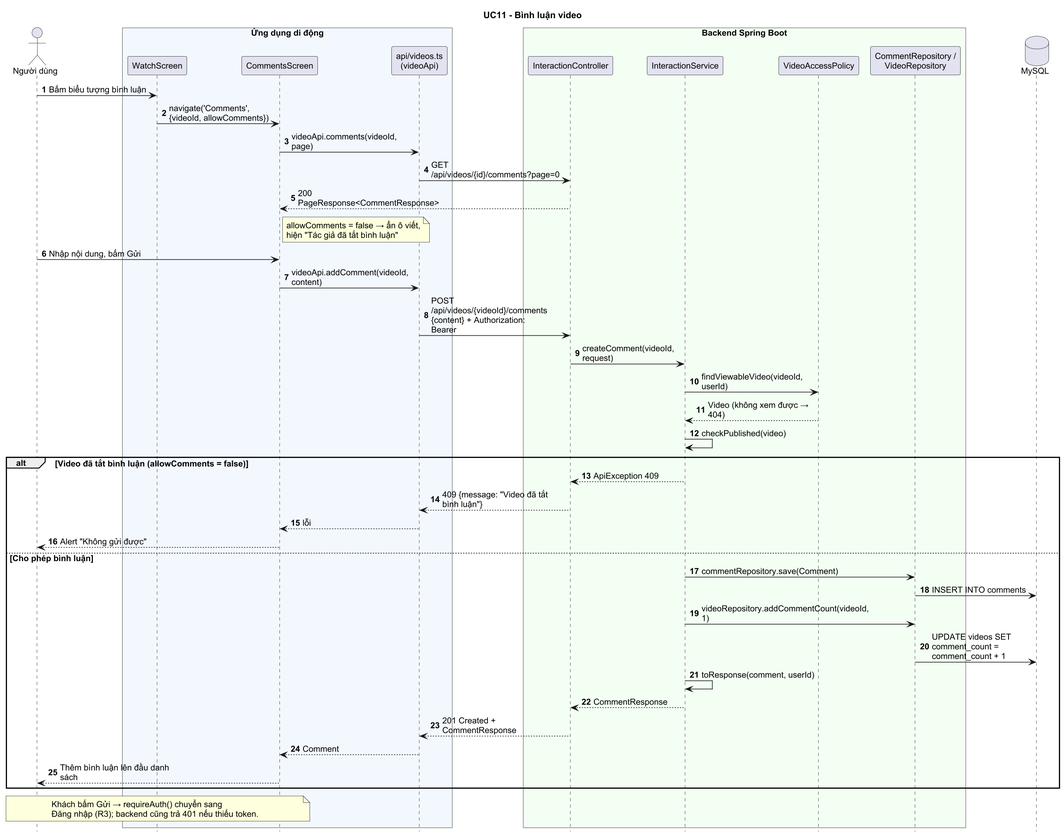
Before: docs/uml/seq_comment.png, a diagram exported from PlantUML (khanh2925/video-sharing-app).
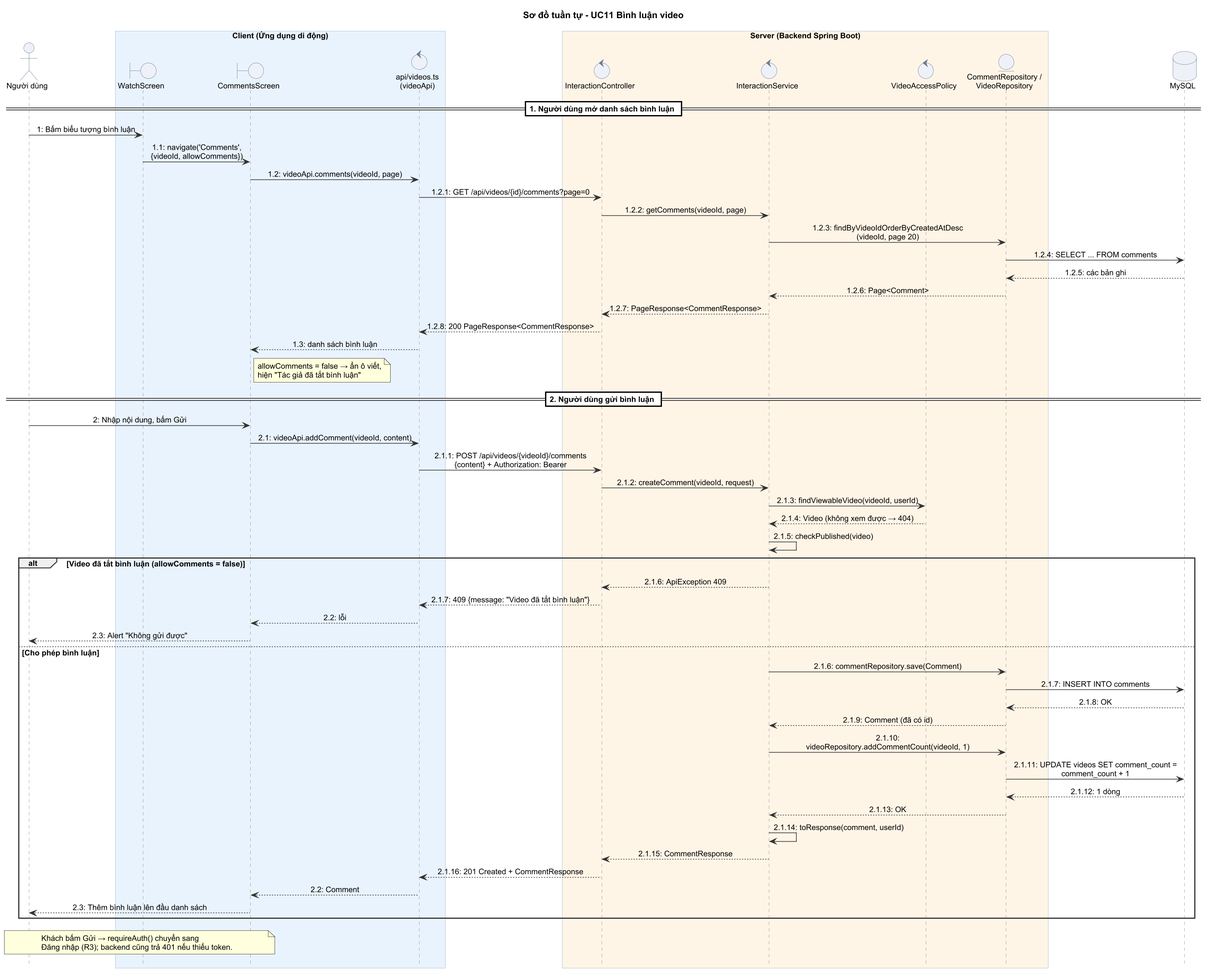
Above is the later version.

Commit message:
Tài liệu: vẽ lại 5 sơ đồ tuần tự cùng một kiểu

Change to the diagram source:
```diff
@@ -1,64 +1,98 @@
 @startuml seq_comment
 skinparam defaultFontName Arial
-skinparam defaultFontSize 13
+skinparam defaultFontSize 12
 skinparam dpi 150
 skinparam shadowing false
-skinparam sequenceMessageAlign left
-skinparam responseMessageBelowArrow true
-skinparam ParticipantPadding 4
-skinparam BoxPadding 4
-skinparam maxMessageSize 180
+skinparam sequenceMessageAlign center
+skinparam responseMessageBelowArrow false
+skinparam maxMessageSize 260
+skinparam BoxPadding 8
+skinparam ArrowColor #333333
+skinparam sequence {
+  LifeLineBorderColor #8A8A8A
+  ParticipantBackgroundColor #EEF1F8
+  ParticipantBorderColor #6B7A90
+  ActorBackgroundColor #EEF1F8
+  ActorBorderColor #6B7A90
+  BoxBorderColor #9DB4CF
+  DividerBackgroundColor #FFFFFF
+  GroupBorderColor #333333
+}
+skinparam BoundaryBackgroundColor #EEF1F8
+skinparam BoundaryBorderColor #6B7A90
+skinparam ControlBackgroundColor #EEF1F8
+skinparam ControlBorderColor #6B7A90
+skinparam EntityBackgroundColor #EEF1F8
+skinparam EntityBorderColor #6B7A90
+skinparam DatabaseBackgroundColor #EEF1F8
+skinparam DatabaseBorderColor #6B7A90
+skinparam QueueBackgroundColor #EEF1F8
+skinparam QueueBorderColor #6B7A90
+skinparam CollectionsBackgroundColor #EEF1F8
+skinparam CollectionsBorderColor #6B7A90
 hide footbox
-autonumber
-title UC11 - Bình luận video
+title Sơ đồ tuần tự - UC11 Bình luận video
 
 actor "Người dùng" as U
-box "Ứng dụng di động" #F3F8FF
-  participant "WatchScreen" as W
-  participant "CommentsScreen" as CS
-  participant "api/videos.ts\n(videoApi)" as API
+box "Client (Ứng dụng di động)" #E8F2FC
+  boundary "WatchScreen" as W
+  boundary "CommentsScreen" as CS
+  control "api/videos.ts\n(videoApi)" as API
 end box
-box "Backend Spring Boot" #F4FFF4
-  participant "InteractionController" as CTRL
-  participant "InteractionService" as SVC
-  participant "VideoAccessPolicy" as POL
-  participant "CommentRepository /\nVideoRepository" as REPO
+box "Server (Backend Spring Boot)" #FFF5E6
+  control "InteractionController" as CTRL
+  control "InteractionService" as SVC
+  control "VideoAccessPolicy" as POL
+  entity "CommentRepository /\nVideoRepository" as REPO
 end box
 database "MySQL" as DB
 
-U -> W : Bấm biểu tượng bình luận
-W -> CS : navigate('Comments',\n{videoId, allowComments})
-CS -> API : videoApi.comments(videoId, page)
-API -> CTRL : GET /api/videos/{id}/comments?page=0
-CTRL --> CS : 200 PageResponse<CommentResponse>
+== 1. Người dùng mở danh sách bình luận ==
+U -> W : 1: Bấm biểu tượng bình luận
+W -> CS : 1.1: navigate('Comments',\n{videoId, allowComments})
+CS -> API : 1.2: videoApi.comments(videoId, page)
+API -> CTRL : 1.2.1: GET /api/videos/{id}/comments?page=0
+CTRL -> SVC : 1.2.2: getComments(videoId, page)
+SVC -> REPO : 1.2.3: findByVideoIdOrderByCreatedAtDesc\n(videoId, page 20)
+REPO -> DB : 1.2.4: SELECT ... FROM comments
+DB --> REPO : 1.2.5: các bản ghi
+REPO --> SVC : 1.2.6: Page<Comment>
+SVC --> CTRL : 1.2.7: PageResponse<CommentResponse>
+CTRL --> API : 1.2.8: 200 PageResponse<CommentResponse>
+API --> CS : 1.3: danh sách bình luận
 note right of CS
   allowComments = false → ẩn ô viết,
   hiện "Tác giả đã tắt bình luận"
 end note
 
-U -> CS : Nhập nội dung, bấm Gửi
-CS -> API : videoApi.addComment(videoId, content)
-API -> CTRL : POST /api/videos/{videoId}/comments\n{content} + Authorization: Bearer
-CTRL -> SVC : createComment(videoId, request)
-SVC -> POL : findViewableVideo(videoId, userId)
-POL --> SVC : Video (không xem được → 404)
-SVC -> SVC : checkPublished(video)
+== 2. Người dùng gửi bình luận ==
+U -> CS : 2: Nhập nội dung, bấm Gửi
+CS -> API : 2.1: videoApi.addComment(videoId, content)
+API -> CTRL : 2.1.1: POST /api/videos/{videoId}/comments\n{content} + Authorization: Bearer
+CTRL -> SVC : 2.1.2: createComment(videoId, request)
+SVC -> POL : 2.1.3: findViewableVideo(videoId, userId)
+POL --> SVC : 2.1.4: Video (không xem được → 404)
+SVC -> SVC : 2.1.5: checkPublished(video)
 
 alt Video đã tắt bình luận (allowComments = false)
-  SVC --> CTRL : ApiException 409
-  CTRL --> API : 409 {message: "Video đã tắt bình luận"}
-  API --> CS : lỗi
-  CS --> U : Alert "Không gửi được"
+  SVC --> CTRL : 2.1.6: ApiException 409
+  CTRL --> API : 2.1.7: 409 {message: "Video đã tắt bình luận"}
+  API --> CS : 2.2: lỗi
+  CS --> U : 2.3: Alert "Không gửi được"
 else Cho phép bình luận
-  SVC -> REPO : commentRepository.save(Comment)
-  REPO -> DB : INSERT INTO comments
-  SVC -> REPO : videoRepository.addCommentCount(videoId, 1)
-  REPO -> DB : UPDATE videos SET comment_count = comment_count + 1
-  SVC -> SVC : toResponse(comment, userId)
-  SVC --> CTRL : CommentResponse
-  CTRL --> API : 201 Created + CommentResponse
-  API --> CS : Comment
-  CS --> U : Thêm bình luận lên đầu danh sách
+  SVC -> REPO : 2.1.6: commentRepository.save(Comment)
+  REPO -> DB : 2.1.7: INSERT INTO comments
+  DB --> REPO : 2.1.8: OK
+  REPO --> SVC : 2.1.9: Comment (đã có id)
+  SVC -> REPO : 2.1.10: videoRepository.addCommentCount(videoId, 1)
+  REPO -> DB : 2.1.11: UPDATE videos SET comment_count = comment_count + 1
+  DB --> REPO : 2.1.12: 1 dòng
+  REPO --> SVC : 2.1.13: OK
+  SVC -> SVC : 2.1.14: toResponse(comment, userId)
+  SVC --> CTRL : 2.1.15: CommentResponse
+  CTRL --> API : 2.1.16: 201 Created + CommentResponse
+  API --> CS : 2.2: Comment
+  CS --> U : 2.3: Thêm bình luận lên đầu danh sách
 end
 
 note over U, CS
```
